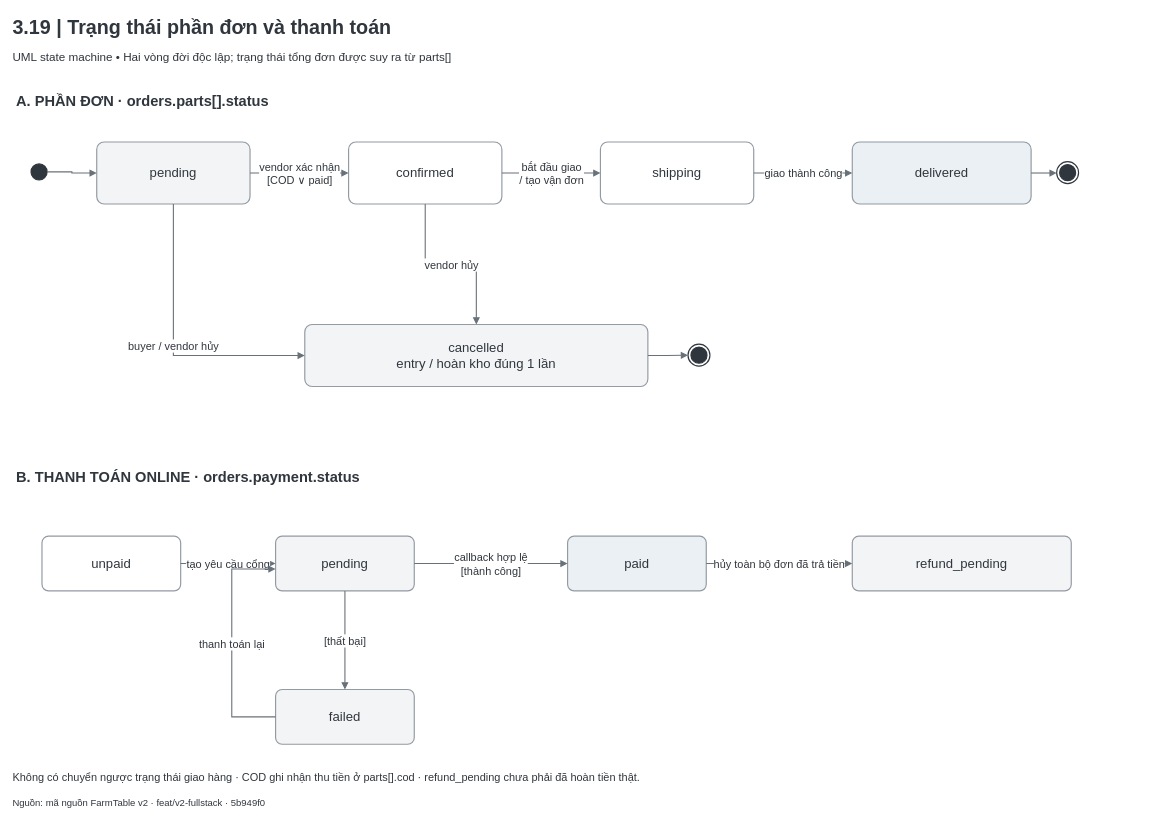
Above: FarmTable_Chuong3/So_do_BA/drawio/Hinh_3_19.drawio in hathu1272006-eng/PTWnangcao (draw.io), before the change. Source tidied: cells renumbered, new cells numbered last; positions are measured from the earlier drawing's top-left corner, leaving out a move shared by most shapes. Both pictures are drawn from the tidied source at 73%, with x=0, y=0 at pixel (12, 12).
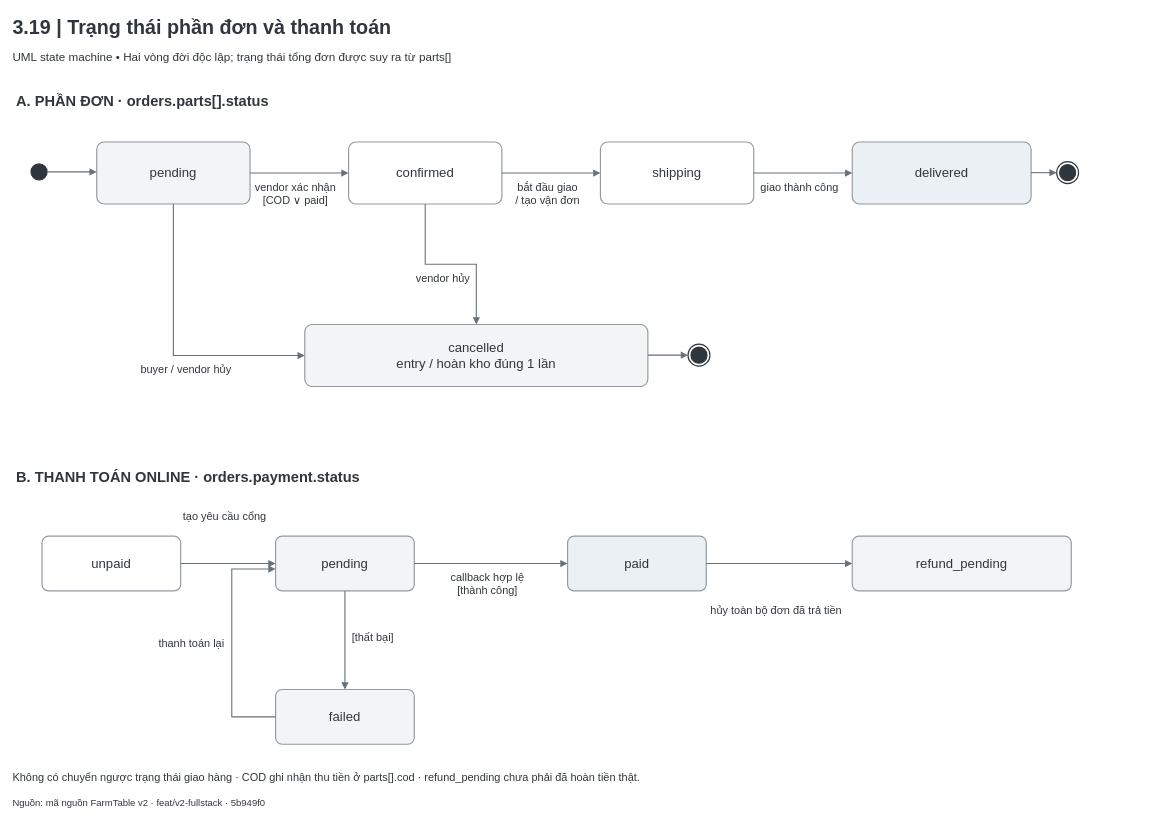
The same page after the edit.

The change refers to these unchanged cells:
```xml
<mxCell id="5" style="html=1;whiteSpace=wrap;fontFamily=Arial;fontSize=18;fontColor=#243B32;strokeWidth=1.6;spacing=8;ellipse;fillColor=#30363D;strokeColor=#30363D;" parent="1" vertex="1">
  <mxGeometry x="25" y="207" width="22" height="22" as="geometry" />
</mxCell>
<mxCell id="6" value="pending" style="html=1;whiteSpace=wrap;fontFamily=Arial;fontSize=18;strokeWidth=1.6;spacing=8;rounded=1;arcSize=12;fillColor=#F3F4F5;strokeColor=#929AA3;fontColor=#30363D;" parent="1" vertex="1">
  <mxGeometry x="115" y="177" width="210" height="85" as="geometry" />
</mxCell>
<mxCell id="7" value="confirmed" style="html=1;whiteSpace=wrap;fontFamily=Arial;fontSize=18;strokeWidth=1.6;spacing=8;rounded=1;arcSize=12;fillColor=#FFFFFF;strokeColor=#929AA3;fontColor=#30363D;" parent="1" vertex="1">
  <mxGeometry x="460" y="177" width="210" height="85" as="geometry" />
</mxCell>
<mxCell id="8" value="shipping" style="html=1;whiteSpace=wrap;fontFamily=Arial;fontSize=18;strokeWidth=1.6;spacing=8;rounded=1;arcSize=12;fillColor=#FFFFFF;strokeColor=#929AA3;fontColor=#30363D;" parent="1" vertex="1">
  <mxGeometry x="805" y="177" width="210" height="85" as="geometry" />
</mxCell>
<mxCell id="9" value="delivered" style="html=1;whiteSpace=wrap;fontFamily=Arial;fontSize=18;strokeWidth=1.6;spacing=8;rounded=1;arcSize=12;fillColor=#EAF0F3;strokeColor=#929AA3;fontColor=#30363D;" parent="1" vertex="1">
  <mxGeometry x="1150" y="177" width="245" height="85" as="geometry" />
</mxCell>
<mxCell id="10" value="cancelled&lt;br/&gt;entry / hoàn kho đúng 1 lần" style="html=1;whiteSpace=wrap;fontFamily=Arial;fontSize=18;strokeWidth=1.6;spacing=8;rounded=1;arcSize=12;fillColor=#F3F4F5;strokeColor=#929AA3;fontColor=#30363D;" parent="1" vertex="1">
  <mxGeometry x="400" y="427" width="470" height="85" as="geometry" />
</mxCell>
<mxCell id="17" style="html=1;whiteSpace=wrap;fontFamily=Arial;fontSize=18;fontColor=#243B32;strokeWidth=1.6;spacing=8;shape=endState;fillColor=#30363D;strokeColor=#30363D;" parent="1" vertex="1">
  <mxGeometry x="1430" y="204" width="30" height="30" as="geometry" />
</mxCell>
<mxCell id="19" style="html=1;whiteSpace=wrap;fontFamily=Arial;fontSize=18;fontColor=#243B32;strokeWidth=1.6;spacing=8;shape=endState;fillColor=#30363D;strokeColor=#30363D;" parent="1" vertex="1">
  <mxGeometry x="925" y="454" width="30" height="30" as="geometry" />
</mxCell>
<mxCell id="22" value="unpaid" style="html=1;whiteSpace=wrap;fontFamily=Arial;fontSize=18;strokeWidth=1.6;spacing=8;rounded=1;arcSize=12;fillColor=#FFFFFF;strokeColor=#929AA3;fontColor=#30363D;" parent="1" vertex="1">
  <mxGeometry x="40" y="717" width="190" height="75" as="geometry" />
</mxCell>
<mxCell id="23" value="pending" style="html=1;whiteSpace=wrap;fontFamily=Arial;fontSize=18;strokeWidth=1.6;spacing=8;rounded=1;arcSize=12;fillColor=#F3F4F5;strokeColor=#929AA3;fontColor=#30363D;" parent="1" vertex="1">
  <mxGeometry x="360" y="717" width="190" height="75" as="geometry" />
</mxCell>
<mxCell id="24" value="paid" style="html=1;whiteSpace=wrap;fontFamily=Arial;fontSize=18;strokeWidth=1.6;spacing=8;rounded=1;arcSize=12;fillColor=#EAF0F3;strokeColor=#929AA3;fontColor=#30363D;" parent="1" vertex="1">
  <mxGeometry x="760" y="717" width="190" height="75" as="geometry" />
</mxCell>
<mxCell id="25" value="failed" style="html=1;whiteSpace=wrap;fontFamily=Arial;fontSize=18;strokeWidth=1.6;spacing=8;rounded=1;arcSize=12;fillColor=#F3F4F5;strokeColor=#929AA3;fontColor=#30363D;" parent="1" vertex="1">
  <mxGeometry x="360" y="927" width="190" height="75" as="geometry" />
</mxCell>
<mxCell id="26" value="refund_pending" style="html=1;whiteSpace=wrap;fontFamily=Arial;fontSize=18;strokeWidth=1.6;spacing=8;rounded=1;arcSize=12;fillColor=#F3F4F5;strokeColor=#929AA3;fontColor=#30363D;" parent="1" vertex="1">
  <mxGeometry x="1150" y="717" width="300" height="75" as="geometry" />
</mxCell>
```

What changed in the source:
```diff
@@
-    <mxCell id="11" style="edgeStyle=orthogonalEdgeStyle;rounded=0;jettySize=20;html=1;fontFamily=Arial;fontSize=15;labelBackgroundColor=#FFFFFF;strokeWidth=1.5;endArrow=block;endFill=1;exitX=1;exitY=0.5;entryX=0;entryY=0.5;exitDx=0;exitDy=0;entryDx=0;entryDy=0;strokeColor=#68717A;fontColor=#30363D;" parent="1" edge="1" source="5" target="6">
+    <mxCell id="11" style="rounded=0;jettySize=20;html=1;fontFamily=Arial;fontSize=15;labelBackgroundColor=#FFFFFF;strokeWidth=1.5;endArrow=block;endFill=1;strokeColor=#68717A;fontColor=#30363D;edgeStyle=none;exitX=1.0;exitY=0.5;entryX=0.0;entryY=0.4823529411764706;exitDx=0;exitDy=0;entryDx=0;entryDy=0;exitPerimeter=0;entryPerimeter=0;" parent="1" edge="1" source="5" target="6">
       <mxGeometry relative="1" as="geometry" />
     </mxCell>
-    <mxCell id="12" value="vendor xác nhận&lt;br/&gt;[COD ∨ paid]" style="edgeStyle=orthogonalEdgeStyle;rounded=0;jettySize=20;html=1;fontFamily=Arial;fontSize=15;labelBackgroundColor=#FFFFFF;strokeWidth=1.5;endArrow=block;endFill=1;exitX=1;exitY=0.5;entryX=0;entryY=0.5;exitDx=0;exitDy=0;entryDx=0;entryDy=0;strokeColor=#68717A;fontColor=#30363D;" parent="1" edge="1" source="6" target="7">
-      <mxGeometry relative="1" as="geometry" />
+    <mxCell id="12" value="vendor xác nhận&lt;br/&gt;[COD ∨ paid]" style="rounded=0;jettySize=20;html=1;fontFamily=Arial;fontSize=15;strokeWidth=1.5;endArrow=block;endFill=1;strokeColor=#68717A;fontColor=#30363D;align=center;verticalAlign=middle;labelPosition=center;verticalLabelPosition=middle;whiteSpace=wrap;labelBackgroundColor=#FFFFFF;labelWidth=225;edgeStyle=none;exitX=1.0;exitY=0.5;entryX=0.0;entryY=0.5;exitDx=0;exitDy=0;entryDx=0;entryDy=0;exitPerimeter=0;entryPerimeter=0;" parent="1" edge="1" source="6" target="7">
+      <mxGeometry relative="1" as="geometry">
+        <mxPoint x="-5.2" y="27" as="offset" />
+      </mxGeometry>
     </mxCell>
-    <mxCell id="13" value="bắt đầu giao&lt;br/&gt;/ tạo vận đơn" style="edgeStyle=orthogonalEdgeStyle;rounded=0;jettySize=20;html=1;fontFamily=Arial;fontSize=15;labelBackgroundColor=#FFFFFF;strokeWidth=1.5;endArrow=block;endFill=1;exitX=1;exitY=0.5;entryX=0;entryY=0.5;exitDx=0;exitDy=0;entryDx=0;entryDy=0;strokeColor=#68717A;fontColor=#30363D;" parent="1" edge="1" source="7" target="8">
-      <mxGeometry relative="1" as="geometry" />
+    <mxCell id="13" value="bắt đầu giao&lt;br/&gt;/ tạo vận đơn" style="rounded=0;jettySize=20;html=1;fontFamily=Arial;fontSize=15;strokeWidth=1.5;endArrow=block;endFill=1;strokeColor=#68717A;fontColor=#30363D;align=center;verticalAlign=middle;labelPosition=center;verticalLabelPosition=middle;whiteSpace=wrap;labelBackgroundColor=#FFFFFF;labelWidth=216;edgeStyle=none;exitX=1.0;exitY=0.5;entryX=0.0;entryY=0.5;exitDx=0;exitDy=0;entryDx=0;entryDy=0;exitPerimeter=0;entryPerimeter=0;" parent="1" edge="1" source="7" target="8">
+      <mxGeometry relative="1" as="geometry">
+        <mxPoint x="-5.2" y="27" as="offset" />
+      </mxGeometry>
     </mxCell>
-    <mxCell id="14" value="giao thành công" style="edgeStyle=orthogonalEdgeStyle;rounded=0;jettySize=20;html=1;fontFamily=Arial;fontSize=15;labelBackgroundColor=#FFFFFF;strokeWidth=1.5;endArrow=block;endFill=1;exitX=1;exitY=0.5;entryX=0;entryY=0.5;exitDx=0;exitDy=0;entryDx=0;entryDy=0;strokeColor=#68717A;fontColor=#30363D;" parent="1" edge="1" source="8" target="9">
-      <mxGeometry relative="1" as="geometry" />
+    <mxCell id="14" value="giao thành công" style="rounded=0;jettySize=20;html=1;fontFamily=Arial;fontSize=15;strokeWidth=1.5;endArrow=block;endFill=1;strokeColor=#68717A;fontColor=#30363D;align=center;verticalAlign=middle;labelPosition=center;verticalLabelPosition=middle;whiteSpace=wrap;labelBackgroundColor=#FFFFFF;labelWidth=132;edgeStyle=none;exitX=1.0;exitY=0.5;entryX=0.0;entryY=0.5;exitDx=0;exitDy=0;entryDx=0;entryDy=0;exitPerimeter=0;entryPerimeter=0;" parent="1" edge="1" source="8" target="9">
+      <mxGeometry relative="1" as="geometry">
+        <mxPoint x="-5.2" y="18" as="offset" />
+      </mxGeometry>
     </mxCell>
-    <mxCell id="15" value="buyer / vendor hủy" style="edgeStyle=orthogonalEdgeStyle;rounded=0;jettySize=20;html=1;fontFamily=Arial;fontSize=15;labelBackgroundColor=#FFFFFF;strokeWidth=1.5;endArrow=block;endFill=1;exitX=0.5;exitY=1;entryX=0;entryY=0.5;exitDx=0;exitDy=0;entryDx=0;entryDy=0;strokeColor=#68717A;fontColor=#30363D;" parent="1" edge="1" source="6" target="10">
+    <mxCell id="15" value="buyer / vendor hủy" style="edgeStyle=orthogonalEdgeStyle;rounded=0;jettySize=20;html=1;fontFamily=Arial;fontSize=15;strokeWidth=1.5;endArrow=block;endFill=1;exitX=0.5;exitY=1;entryX=0;entryY=0.5;exitDx=0;exitDy=0;entryDx=0;entryDy=0;strokeColor=#68717A;fontColor=#30363D;align=center;verticalAlign=middle;labelPosition=center;verticalLabelPosition=middle;whiteSpace=wrap;labelBackgroundColor=#FFFFFF;labelWidth=155;" parent="1" edge="1" source="6" target="10">
       <mxGeometry relative="1" as="geometry">
         <Array as="points">
           <mxPoint x="220" y="469" />
         </Array>
+        <mxPoint x="17.2" y="32" as="offset" />
       </mxGeometry>
     </mxCell>
-    <mxCell id="16" value="vendor hủy" style="edgeStyle=orthogonalEdgeStyle;rounded=0;jettySize=20;html=1;fontFamily=Arial;fontSize=15;labelBackgroundColor=#FFFFFF;strokeWidth=1.5;endArrow=block;endFill=1;exitX=0.5;exitY=1;entryX=0.5;entryY=0;exitDx=0;exitDy=0;entryDx=0;entryDy=0;strokeColor=#68717A;fontColor=#30363D;" parent="1" edge="1" source="7" target="10">
-      <mxGeometry relative="1" as="geometry" />
+    <mxCell id="16" value="vendor hủy" style="edgeStyle=orthogonalEdgeStyle;rounded=0;jettySize=20;html=1;fontFamily=Arial;fontSize=15;strokeWidth=1.5;endArrow=block;endFill=1;exitX=0.5;exitY=1;entryX=0.5;entryY=0;exitDx=0;exitDy=0;entryDx=0;entryDy=0;strokeColor=#68717A;fontColor=#30363D;align=center;verticalAlign=middle;labelPosition=center;verticalLabelPosition=middle;whiteSpace=wrap;labelBackgroundColor=#FFFFFF;labelWidth=93;" parent="1" edge="1" source="7" target="10">
+      <mxGeometry relative="1" as="geometry">
+        <mxPoint x="-11" y="18" as="offset" />
+      </mxGeometry>
     </mxCell>
@@
-    <mxCell id="18" style="edgeStyle=orthogonalEdgeStyle;rounded=0;jettySize=20;html=1;fontFamily=Arial;fontSize=15;labelBackgroundColor=#FFFFFF;strokeWidth=1.5;endArrow=block;endFill=1;exitX=1;exitY=0.5;entryX=0;entryY=0.5;exitDx=0;exitDy=0;entryDx=0;entryDy=0;strokeColor=#68717A;fontColor=#30363D;" parent="1" edge="1" source="9" target="17">
+    <mxCell id="18" style="rounded=0;jettySize=20;html=1;fontFamily=Arial;fontSize=15;labelBackgroundColor=#FFFFFF;strokeWidth=1.5;endArrow=block;endFill=1;strokeColor=#68717A;fontColor=#30363D;edgeStyle=none;exitX=1.0;exitY=0.49411764705882355;entryX=0.0;entryY=0.5;exitDx=0;exitDy=0;entryDx=0;entryDy=0;exitPerimeter=0;entryPerimeter=0;" parent="1" edge="1" source="9" target="17">
       <mxGeometry relative="1" as="geometry" />
     </mxCell>
@@
-    <mxCell id="20" style="edgeStyle=orthogonalEdgeStyle;rounded=0;jettySize=20;html=1;fontFamily=Arial;fontSize=15;labelBackgroundColor=#FFFFFF;strokeWidth=1.5;endArrow=block;endFill=1;exitX=1;exitY=0.5;entryX=0;entryY=0.5;exitDx=0;exitDy=0;entryDx=0;entryDy=0;strokeColor=#68717A;fontColor=#30363D;" parent="1" edge="1" source="10" target="19">
+    <mxCell id="20" style="rounded=0;jettySize=20;html=1;fontFamily=Arial;fontSize=15;labelBackgroundColor=#FFFFFF;strokeWidth=1.5;endArrow=block;endFill=1;strokeColor=#68717A;fontColor=#30363D;edgeStyle=none;exitX=1.0;exitY=0.49411764705882355;entryX=0.0;entryY=0.5;exitDx=0;exitDy=0;entryDx=0;entryDy=0;exitPerimeter=0;entryPerimeter=0;" parent="1" edge="1" source="10" target="19">
       <mxGeometry relative="1" as="geometry" />
     </mxCell>
@@
-    <mxCell id="27" value="tạo yêu cầu cổng" style="edgeStyle=orthogonalEdgeStyle;rounded=0;jettySize=20;html=1;fontFamily=Arial;fontSize=15;labelBackgroundColor=#FFFFFF;strokeWidth=1.5;endArrow=block;endFill=1;exitX=1;exitY=0.5;entryX=0;entryY=0.5;exitDx=0;exitDy=0;entryDx=0;entryDy=0;strokeColor=#68717A;fontColor=#30363D;" parent="1" edge="1" source="22" target="23">
-      <mxGeometry relative="1" as="geometry" />
+    <mxCell id="27" value="tạo yêu cầu cổng" style="rounded=0;jettySize=20;html=1;fontFamily=Arial;fontSize=15;strokeWidth=1.5;endArrow=block;endFill=1;strokeColor=#68717A;fontColor=#30363D;align=center;verticalAlign=middle;labelPosition=center;verticalLabelPosition=middle;whiteSpace=wrap;labelBackgroundColor=#FFFFFF;labelWidth=139;edgeStyle=none;exitX=1.0;exitY=0.5;entryX=0.0;entryY=0.5;exitDx=0;exitDy=0;entryDx=0;entryDy=0;exitPerimeter=0;entryPerimeter=0;" parent="1" edge="1" source="22" target="23">
+      <mxGeometry relative="1" as="geometry">
+        <mxPoint x="-4.2" y="-65" as="offset" />
+      </mxGeometry>
     </mxCell>
-    <mxCell id="28" value="callback hợp lệ&lt;br/&gt;[thành công]" style="edgeStyle=orthogonalEdgeStyle;rounded=0;jettySize=20;html=1;fontFamily=Arial;fontSize=15;labelBackgroundColor=#FFFFFF;strokeWidth=1.5;endArrow=block;endFill=1;exitX=1;exitY=0.5;entryX=0;entryY=0.5;exitDx=0;exitDy=0;entryDx=0;entryDy=0;strokeColor=#68717A;fontColor=#30363D;" parent="1" edge="1" source="23" target="24">
-      <mxGeometry relative="1" as="geometry" />
+    <mxCell id="28" value="callback hợp lệ&lt;br/&gt;[thành công]" style="rounded=0;jettySize=20;html=1;fontFamily=Arial;fontSize=15;strokeWidth=1.5;endArrow=block;endFill=1;strokeColor=#68717A;fontColor=#30363D;align=center;verticalAlign=middle;labelPosition=center;verticalLabelPosition=middle;whiteSpace=wrap;labelBackgroundColor=#FFFFFF;labelWidth=225;edgeStyle=none;exitX=1.0;exitY=0.5;entryX=0.0;entryY=0.5;exitDx=0;exitDy=0;entryDx=0;entryDy=0;exitPerimeter=0;entryPerimeter=0;" parent="1" edge="1" source="23" target="24">
+      <mxGeometry relative="1" as="geometry">
+        <mxPoint x="-4.2" y="27" as="offset" />
+      </mxGeometry>
     </mxCell>
-    <mxCell id="29" value="[thất bại]" style="edgeStyle=orthogonalEdgeStyle;rounded=0;jettySize=20;html=1;fontFamily=Arial;fontSize=15;labelBackgroundColor=#FFFFFF;strokeWidth=1.5;endArrow=block;endFill=1;exitX=0.5;exitY=1;entryX=0.5;entryY=0;exitDx=0;exitDy=0;entryDx=0;entryDy=0;strokeColor=#68717A;fontColor=#30363D;" parent="1" edge="1" source="23" target="25">
-      <mxGeometry relative="1" as="geometry" />
+    <mxCell id="29" value="[thất bại]" style="rounded=0;jettySize=20;html=1;fontFamily=Arial;fontSize=15;strokeWidth=1.5;endArrow=block;endFill=1;strokeColor=#68717A;fontColor=#30363D;align=center;verticalAlign=middle;labelPosition=center;verticalLabelPosition=middle;whiteSpace=wrap;labelBackgroundColor=#FFFFFF;labelWidth=93;edgeStyle=none;exitX=0.5;exitY=1.0;entryX=0.5;entryY=0.0;exitDx=0;exitDy=0;entryDx=0;entryDy=0;exitPerimeter=0;entryPerimeter=0;" parent="1" edge="1" source="23" target="25">
+      <mxGeometry relative="1" as="geometry">
+        <mxPoint x="38.6" y="-5.2" as="offset" />
+      </mxGeometry>
     </mxCell>
-    <mxCell id="30" value="thanh toán lại" style="edgeStyle=orthogonalEdgeStyle;rounded=0;jettySize=20;html=1;fontFamily=Arial;fontSize=15;labelBackgroundColor=#FFFFFF;strokeWidth=1.5;endArrow=block;endFill=1;exitX=0;exitY=0.5;entryX=0;entryY=0.6;exitDx=0;exitDy=0;entryDx=0;entryDy=0;strokeColor=#68717A;fontColor=#30363D;" parent="1" edge="1" source="25" target="23">
+    <mxCell id="30" value="thanh toán lại" style="edgeStyle=orthogonalEdgeStyle;rounded=0;jettySize=20;html=1;fontFamily=Arial;fontSize=15;strokeWidth=1.5;endArrow=block;endFill=1;exitX=0;exitY=0.5;entryX=0;entryY=0.6;exitDx=0;exitDy=0;entryDx=0;entryDy=0;strokeColor=#68717A;fontColor=#30363D;align=center;verticalAlign=middle;labelPosition=center;verticalLabelPosition=middle;whiteSpace=wrap;labelBackgroundColor=#FFFFFF;labelWidth=124;" parent="1" edge="1" source="25" target="23">
       <mxGeometry relative="1" as="geometry">
         <Array as="points">
           <mxPoint x="300" y="964" />
           <mxPoint x="300" y="762" />
         </Array>
+        <mxPoint x="-55.1" y="-0.5" as="offset" />
       </mxGeometry>
     </mxCell>
-    <mxCell id="31" value="hủy toàn bộ đơn đã trả tiền" style="edgeStyle=orthogonalEdgeStyle;rounded=0;jettySize=20;html=1;fontFamily=Arial;fontSize=15;labelBackgroundColor=#FFFFFF;strokeWidth=1.5;endArrow=block;endFill=1;exitX=1;exitY=0.5;entryX=0;entryY=0.5;exitDx=0;exitDy=0;entryDx=0;entryDy=0;strokeColor=#68717A;fontColor=#30363D;" parent="1" edge="1" source="24" target="26">
-      <mxGeometry relative="1" as="geometry" />
+    <mxCell id="31" value="hủy toàn bộ đơn đã trả tiền" style="rounded=0;jettySize=20;html=1;fontFamily=Arial;fontSize=15;strokeWidth=1.5;endArrow=block;endFill=1;strokeColor=#68717A;fontColor=#30363D;align=center;verticalAlign=middle;labelPosition=center;verticalLabelPosition=middle;whiteSpace=wrap;labelBackgroundColor=#FFFFFF;labelWidth=224;edgeStyle=none;exitX=1.0;exitY=0.5;entryX=0.0;entryY=0.5;exitDx=0;exitDy=0;entryDx=0;entryDy=0;exitPerimeter=0;entryPerimeter=0;" parent="1" edge="1" source="24" target="26">
+      <mxGeometry relative="1" as="geometry">
+        <mxPoint x="-4.2" y="63" as="offset" />
+      </mxGeometry>
     </mxCell>
```
